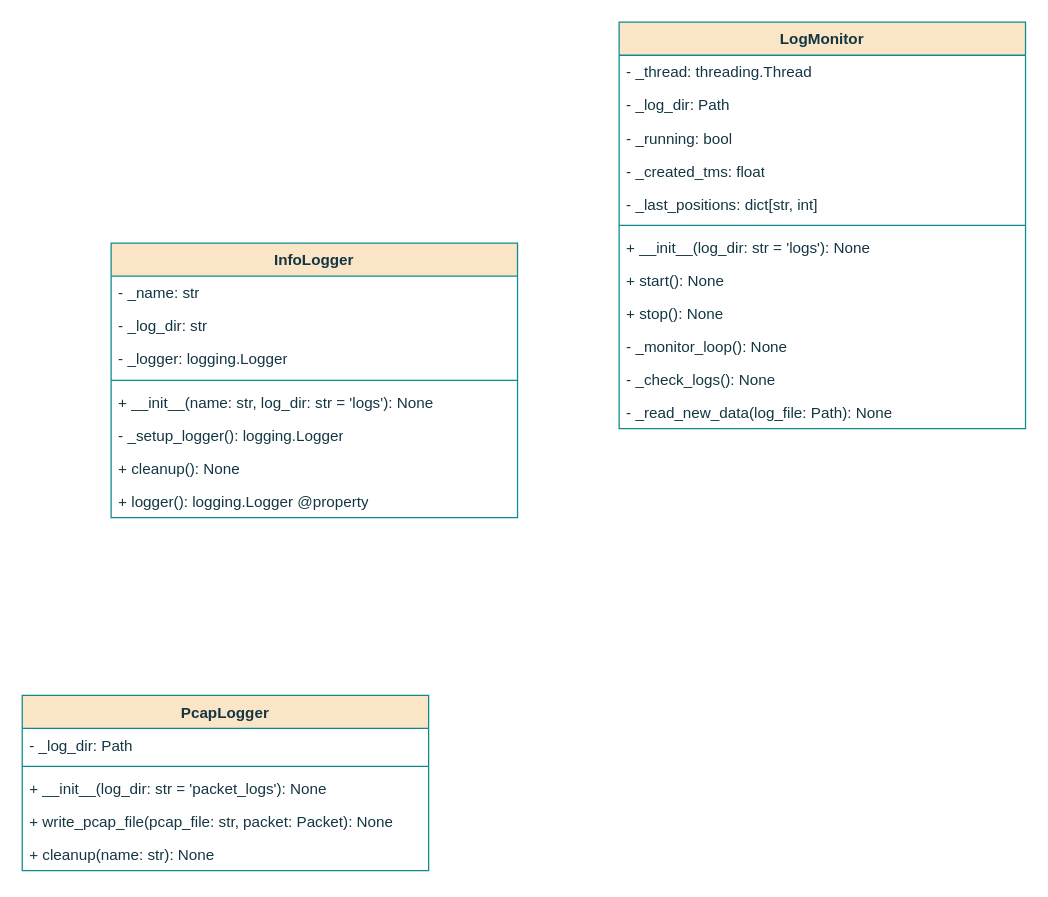
Above: page "monitoring_osztalydiagram" (4 of 10) of documentation/abrak.drawio in x3gan/thesis (draw.io), before the change. Source tidied: cells renumbered, new cells numbered last; positions are measured from the earlier drawing's top-left corner, leaving out a move shared by most shapes. Both pictures are drawn from the tidied source at 127%, with x=0, y=0 at pixel (22, 22).
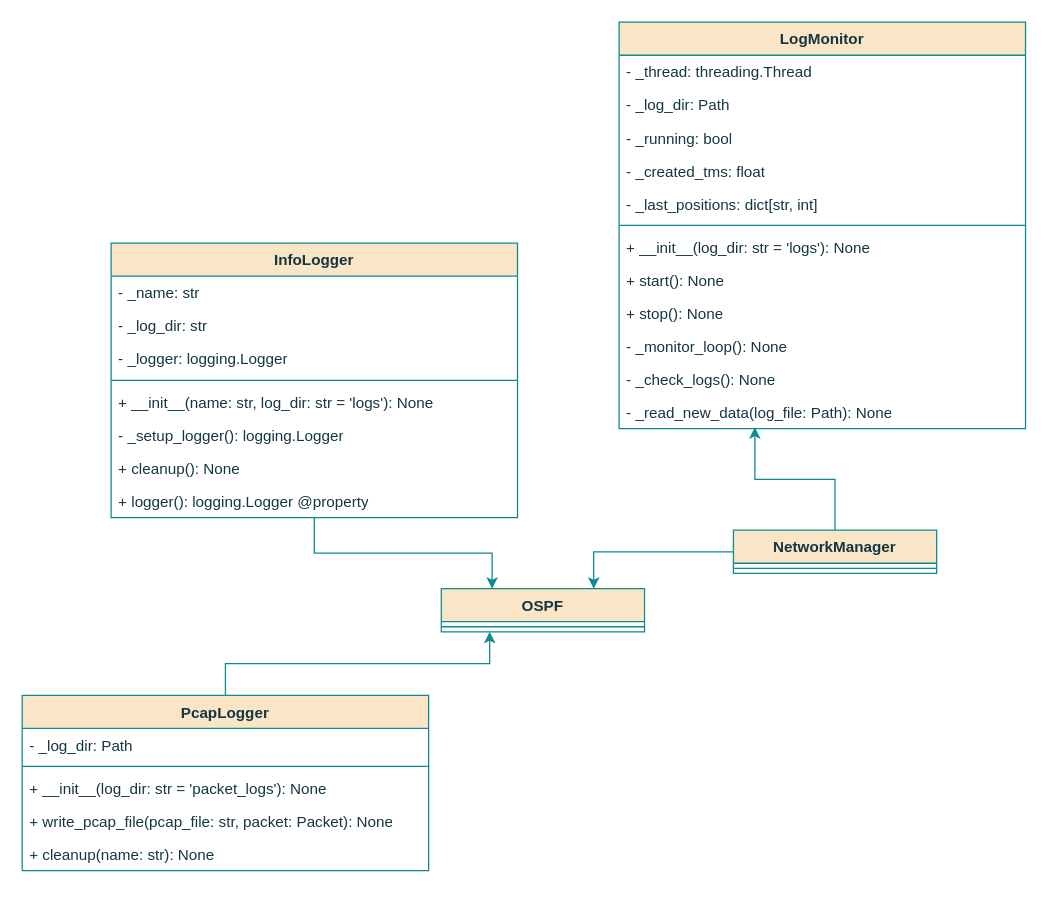
The same diagram, later.

The change refers to these unchanged cells:
```xml
<mxCell id="2" value="PcapLogger" style="swimlane;fontStyle=1;align=center;verticalAlign=top;horizontal=1;startSize=26;whiteSpace=wrap;html=1;fillColor=#FAE5C7;strokeColor=#0F8B8D;labelBackgroundColor=none;fontColor=#143642;" parent="1" vertex="1">
  <mxGeometry y="530" width="320" height="138" as="geometry" />
</mxCell>
<mxCell id="20" value="- _read_new_data(log_file: Path): None" style="text;strokeColor=none;fillColor=none;align=left;verticalAlign=top;spacingLeft=4;spacingRight=4;overflow=hidden;points=[[0,0.5],[1,0.5]];portConstraint=eastwest;whiteSpace=wrap;html=1;labelBackgroundColor=none;fontColor=#143642;" parent="8" vertex="1">
  <mxGeometry y="294" width="320" height="26" as="geometry" />
</mxCell>
<mxCell id="21" value="InfoLogger" style="swimlane;fontStyle=1;align=center;verticalAlign=top;horizontal=1;startSize=26;whiteSpace=wrap;html=1;fillColor=#FAE5C7;strokeColor=#0F8B8D;labelBackgroundColor=none;fontColor=#143642;" parent="1" vertex="1">
  <mxGeometry x="70" y="174" width="320" height="216" as="geometry" />
</mxCell>
```

What changed in the source:
```diff
@@
+    <mxCell id="30" style="edgeStyle=orthogonalEdgeStyle;rounded=0;jettySize=auto;html=1;entryX=0.25;entryY=0;entryDx=0;entryDy=0;strokeColor=#0F8B8D;align=center;verticalAlign=top;fontFamily=Helvetica;fontSize=12;fontColor=#143642;fontStyle=1;labelBackgroundColor=none;horizontal=1;startSize=26;fillColor=#FAE5C7;" parent="1" edge="1" source="21" target="31">
+      <mxGeometry relative="1" as="geometry" />
+    </mxCell>
@@
+    <mxCell id="31" value="OSPF" style="swimlane;fontStyle=1;align=center;verticalAlign=top;horizontal=1;startSize=26;whiteSpace=wrap;html=1;strokeColor=#0F8B8D;fontFamily=Helvetica;fontSize=12;fontColor=#143642;labelBackgroundColor=none;fillColor=#FAE5C7;" parent="1" vertex="1">
+      <mxGeometry x="330" y="446" width="160" height="34" as="geometry" />
+    </mxCell>
+    <mxCell id="32" style="line;strokeWidth=1;fillColor=#FAE5C7;align=center;verticalAlign=top;spacingTop=-1;spacingLeft=3;spacingRight=3;labelPosition=right;points=[];portConstraint=eastwest;strokeColor=#0F8B8D;fontFamily=Helvetica;fontSize=12;fontColor=#143642;fontStyle=1;labelBackgroundColor=none;horizontal=1;" parent="31" vertex="1">
+      <mxGeometry y="26" width="160" height="8" as="geometry" />
+    </mxCell>
+    <mxCell id="33" style="edgeStyle=orthogonalEdgeStyle;rounded=0;jettySize=auto;html=1;entryX=0.238;entryY=1;entryDx=0;entryDy=0;entryPerimeter=0;strokeColor=#0F8B8D;align=center;verticalAlign=top;fontFamily=Helvetica;fontSize=12;fontColor=#143642;fontStyle=1;labelBackgroundColor=none;horizontal=1;startSize=26;fillColor=#FAE5C7;" parent="1" edge="1" source="2" target="32">
+      <mxGeometry relative="1" as="geometry" />
+    </mxCell>
+    <mxCell id="34" style="edgeStyle=orthogonalEdgeStyle;rounded=0;jettySize=auto;html=1;entryX=0.75;entryY=0;entryDx=0;entryDy=0;strokeColor=#0F8B8D;align=center;verticalAlign=top;fontFamily=Helvetica;fontSize=12;fontColor=#143642;fontStyle=1;labelBackgroundColor=none;horizontal=1;startSize=26;fillColor=#FAE5C7;" parent="1" edge="1" source="35" target="31">
+      <mxGeometry relative="1" as="geometry" />
+    </mxCell>
+    <mxCell id="35" value="NetworkManager" style="swimlane;fontStyle=1;align=center;verticalAlign=top;horizontal=1;startSize=26;whiteSpace=wrap;html=1;strokeColor=#0F8B8D;fontFamily=Helvetica;fontSize=12;fontColor=#143642;labelBackgroundColor=none;fillColor=#FAE5C7;" parent="1" vertex="1">
+      <mxGeometry x="560" y="400" width="160" height="34" as="geometry" />
+    </mxCell>
+    <mxCell id="36" style="line;strokeWidth=1;fillColor=#FAE5C7;align=center;verticalAlign=top;spacingTop=-1;spacingLeft=3;spacingRight=3;labelPosition=right;strokeColor=#0F8B8D;fontFamily=Helvetica;fontSize=12;fontColor=#143642;fontStyle=1;labelBackgroundColor=none;horizontal=1;" parent="35" vertex="1">
+      <mxGeometry y="26" width="160" height="8" as="geometry" />
+    </mxCell>
+    <mxCell id="37" style="edgeStyle=orthogonalEdgeStyle;rounded=0;jettySize=auto;html=1;entryX=0.334;entryY=0.962;entryDx=0;entryDy=0;entryPerimeter=0;strokeColor=#0F8B8D;align=center;verticalAlign=top;fontFamily=Helvetica;fontSize=12;fontColor=#143642;fontStyle=1;labelBackgroundColor=none;horizontal=1;startSize=26;fillColor=#FAE5C7;" parent="1" edge="1" source="35" target="20">
+      <mxGeometry relative="1" as="geometry" />
+    </mxCell>
```
